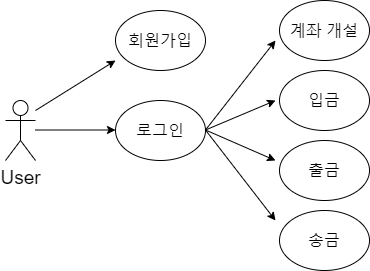
HyeonIn/BankingService keeps this draw.io diagram as BankingService.png. Above is the earlier version. Source tidied: cells renumbered, new cells last; positions are measured from the earlier drawing's top-left corner, leaving out a move shared by most shapes. Source of this version:
```xml
<mxGraphModel>
  <root>
    <mxCell id="0" />
    <mxCell id="1" parent="0" />
    <mxCell id="2" value="User" style="shape=umlActor;verticalLabelPosition=bottom;verticalAlign=top;html=1;outlineConnect=0;fontSize=19;" parent="1" vertex="1">
      <mxGeometry y="100" width="30" height="60" as="geometry" />
    </mxCell>
    <mxCell id="3" value="로그인" style="ellipse;whiteSpace=wrap;html=1;fontSize=16;" parent="1" vertex="1">
      <mxGeometry x="110" y="100" width="90" height="60" as="geometry" />
    </mxCell>
    <mxCell id="4" value="회원가입" style="ellipse;whiteSpace=wrap;html=1;fontSize=16;" parent="1" vertex="1">
      <mxGeometry x="110" y="10" width="90" height="60" as="geometry" />
    </mxCell>
    <mxCell id="5" style="endArrow=classic;html=1;fontSize=19;" parent="1" edge="1">
      <mxGeometry relative="1" as="geometry">
        <mxPoint x="30" y="110" as="sourcePoint" />
        <mxPoint x="110" y="60" as="targetPoint" />
      </mxGeometry>
    </mxCell>
    <mxCell id="6" style="endArrow=classic;html=1;fontSize=19;" parent="1" edge="1">
      <mxGeometry relative="1" as="geometry">
        <mxPoint x="30" y="129.5" as="sourcePoint" />
        <mxPoint x="110" y="129.5" as="targetPoint" />
      </mxGeometry>
    </mxCell>
    <mxCell id="7" value="입금" style="ellipse;whiteSpace=wrap;html=1;fontSize=16;" parent="1" vertex="1">
      <mxGeometry x="274" y="70" width="90" height="60" as="geometry" />
    </mxCell>
    <mxCell id="8" value="계좌 개설" style="ellipse;whiteSpace=wrap;html=1;fontSize=16;" parent="1" vertex="1">
      <mxGeometry x="274" width="90" height="60" as="geometry" />
    </mxCell>
    <mxCell id="9" value="출금" style="ellipse;whiteSpace=wrap;html=1;fontSize=16;" parent="1" vertex="1">
      <mxGeometry x="274" y="140" width="90" height="60" as="geometry" />
    </mxCell>
    <mxCell id="10" value="송금" style="ellipse;whiteSpace=wrap;html=1;fontSize=16;" parent="1" vertex="1">
      <mxGeometry x="274" y="210" width="90" height="60" as="geometry" />
    </mxCell>
    <mxCell id="11" style="endArrow=classic;html=1;fontSize=19;" parent="1" edge="1">
      <mxGeometry relative="1" as="geometry">
        <mxPoint x="200" y="129.5" as="sourcePoint" />
        <mxPoint x="270" y="160" as="targetPoint" />
      </mxGeometry>
    </mxCell>
    <mxCell id="12" style="endArrow=classic;html=1;fontSize=19;" parent="1" edge="1">
      <mxGeometry relative="1" as="geometry">
        <mxPoint x="200" y="129.5" as="sourcePoint" />
        <mxPoint x="270" y="100" as="targetPoint" />
      </mxGeometry>
    </mxCell>
    <mxCell id="13" style="endArrow=classic;html=1;fontSize=19;" parent="1" edge="1">
      <mxGeometry relative="1" as="geometry">
        <mxPoint x="200" y="129.5" as="sourcePoint" />
        <mxPoint x="270" y="40" as="targetPoint" />
      </mxGeometry>
    </mxCell>
    <mxCell id="14" style="endArrow=classic;html=1;fontSize=19;" parent="1" edge="1">
      <mxGeometry relative="1" as="geometry">
        <mxPoint x="200" y="129.5" as="sourcePoint" />
        <mxPoint x="270" y="220" as="targetPoint" />
      </mxGeometry>
    </mxCell>
  </root>
</mxGraphModel>
```
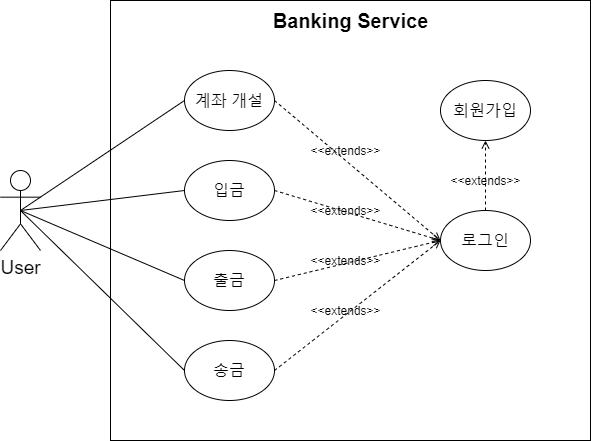
Later version of the same file.

Commit message:
Upload Usecase Diagram #1

The edit, as a diff of the source:
```diff
@@ -3,61 +3,73 @@
     <mxCell id="0" />
     <mxCell id="1" parent="0" />
     <mxCell id="2" value="User" style="shape=umlActor;verticalLabelPosition=bottom;verticalAlign=top;html=1;outlineConnect=0;fontSize=19;" parent="1" vertex="1">
-      <mxGeometry y="100" width="30" height="60" as="geometry" />
+      <mxGeometry x="-10" y="80" width="40" height="80" as="geometry" />
     </mxCell>
     <mxCell id="3" value="로그인" style="ellipse;whiteSpace=wrap;html=1;fontSize=16;" parent="1" vertex="1">
-      <mxGeometry x="110" y="100" width="90" height="60" as="geometry" />
+      <mxGeometry x="430" y="120" width="90" height="60" as="geometry" />
     </mxCell>
     <mxCell id="4" value="회원가입" style="ellipse;whiteSpace=wrap;html=1;fontSize=16;" parent="1" vertex="1">
-      <mxGeometry x="110" y="10" width="90" height="60" as="geometry" />
+      <mxGeometry x="430" y="-10" width="90" height="60" as="geometry" />
     </mxCell>
-    <mxCell id="5" style="endArrow=classic;html=1;fontSize=19;" parent="1" edge="1">
-      <mxGeometry relative="1" as="geometry">
-        <mxPoint x="30" y="110" as="sourcePoint" />
-        <mxPoint x="110" y="60" as="targetPoint" />
-      </mxGeometry>
+    <mxCell id="5" style="endArrow=open;html=1;fontSize=19;exitX=0.5;exitY=0;exitDx=0;exitDy=0;entryX=0.5;entryY=1;entryDx=0;entryDy=0;dashed=1;endFill=0;" parent="1" edge="1" source="3" target="4">
+      <mxGeometry relative="1" as="geometry" />
     </mxCell>
-    <mxCell id="6" style="endArrow=classic;html=1;fontSize=19;" parent="1" edge="1">
-      <mxGeometry relative="1" as="geometry">
-        <mxPoint x="30" y="129.5" as="sourcePoint" />
-        <mxPoint x="110" y="129.5" as="targetPoint" />
-      </mxGeometry>
+    <mxCell id="6" style="endArrow=open;html=1;fontSize=19;exitX=1;exitY=0.5;exitDx=0;exitDy=0;entryX=0;entryY=0.5;entryDx=0;entryDy=0;dashed=1;endFill=0;" parent="1" edge="1" source="8" target="3">
+      <mxGeometry relative="1" as="geometry" />
     </mxCell>
     <mxCell id="7" value="입금" style="ellipse;whiteSpace=wrap;html=1;fontSize=16;" parent="1" vertex="1">
-      <mxGeometry x="274" y="70" width="90" height="60" as="geometry" />
+      <mxGeometry x="174" y="70" width="90" height="60" as="geometry" />
     </mxCell>
     <mxCell id="8" value="계좌 개설" style="ellipse;whiteSpace=wrap;html=1;fontSize=16;" parent="1" vertex="1">
-      <mxGeometry x="274" width="90" height="60" as="geometry" />
+      <mxGeometry x="174" y="-20" width="90" height="60" as="geometry" />
     </mxCell>
     <mxCell id="9" value="출금" style="ellipse;whiteSpace=wrap;html=1;fontSize=16;" parent="1" vertex="1">
-      <mxGeometry x="274" y="140" width="90" height="60" as="geometry" />
+      <mxGeometry x="174" y="160" width="90" height="60" as="geometry" />
     </mxCell>
     <mxCell id="10" value="송금" style="ellipse;whiteSpace=wrap;html=1;fontSize=16;" parent="1" vertex="1">
-      <mxGeometry x="274" y="210" width="90" height="60" as="geometry" />
+      <mxGeometry x="174" y="250" width="90" height="60" as="geometry" />
     </mxCell>
-    <mxCell id="11" style="endArrow=classic;html=1;fontSize=19;" parent="1" edge="1">
-      <mxGeometry relative="1" as="geometry">
-        <mxPoint x="200" y="129.5" as="sourcePoint" />
-        <mxPoint x="270" y="160" as="targetPoint" />
-      </mxGeometry>
+    <mxCell id="11" style="endArrow=none;html=1;fontSize=19;exitX=0.5;exitY=0.5;exitDx=0;exitDy=0;exitPerimeter=0;entryX=0;entryY=0.5;entryDx=0;entryDy=0;endFill=0;" parent="1" edge="1" source="2" target="9">
+      <mxGeometry relative="1" as="geometry" />
     </mxCell>
-    <mxCell id="12" style="endArrow=classic;html=1;fontSize=19;" parent="1" edge="1">
-      <mxGeometry relative="1" as="geometry">
-        <mxPoint x="200" y="129.5" as="sourcePoint" />
-        <mxPoint x="270" y="100" as="targetPoint" />
-      </mxGeometry>
+    <mxCell id="12" style="endArrow=none;html=1;fontSize=19;exitX=0.5;exitY=0.5;exitDx=0;exitDy=0;exitPerimeter=0;entryX=0;entryY=0.5;entryDx=0;entryDy=0;endFill=0;" parent="1" edge="1" source="2" target="7">
+      <mxGeometry relative="1" as="geometry" />
     </mxCell>
-    <mxCell id="13" style="endArrow=classic;html=1;fontSize=19;" parent="1" edge="1">
-      <mxGeometry relative="1" as="geometry">
-        <mxPoint x="200" y="129.5" as="sourcePoint" />
-        <mxPoint x="270" y="40" as="targetPoint" />
-      </mxGeometry>
+    <mxCell id="13" style="endArrow=none;html=1;fontSize=19;exitX=0.5;exitY=0.5;exitDx=0;exitDy=0;exitPerimeter=0;entryX=0;entryY=0.5;entryDx=0;entryDy=0;endFill=0;" parent="1" edge="1" source="2" target="8">
+      <mxGeometry relative="1" as="geometry" />
     </mxCell>
-    <mxCell id="14" style="endArrow=classic;html=1;fontSize=19;" parent="1" edge="1">
-      <mxGeometry relative="1" as="geometry">
-        <mxPoint x="200" y="129.5" as="sourcePoint" />
-        <mxPoint x="270" y="220" as="targetPoint" />
-      </mxGeometry>
+    <mxCell id="14" style="endArrow=none;html=1;fontSize=19;exitX=0.5;exitY=0.5;exitDx=0;exitDy=0;exitPerimeter=0;entryX=0;entryY=0.5;entryDx=0;entryDy=0;endFill=0;" parent="1" edge="1" source="2" target="10">
+      <mxGeometry relative="1" as="geometry" />
     </mxCell>
+    <mxCell id="15" style="endArrow=open;html=1;fontSize=19;exitX=1;exitY=0.5;exitDx=0;exitDy=0;entryX=0;entryY=0.5;entryDx=0;entryDy=0;dashed=1;endFill=0;" parent="1" edge="1" source="7" target="3">
+      <mxGeometry relative="1" as="geometry" />
+    </mxCell>
+    <mxCell id="16" style="endArrow=open;html=1;fontSize=19;exitX=1;exitY=0.5;exitDx=0;exitDy=0;entryX=0;entryY=0.5;entryDx=0;entryDy=0;dashed=1;endFill=0;" parent="1" edge="1" source="10" target="3">
+      <mxGeometry relative="1" as="geometry" />
+    </mxCell>
+    <mxCell id="17" style="endArrow=open;html=1;fontSize=19;exitX=1;exitY=0.5;exitDx=0;exitDy=0;entryX=0;entryY=0.5;entryDx=0;entryDy=0;dashed=1;endFill=0;" parent="1" edge="1" source="9" target="3">
+      <mxGeometry relative="1" as="geometry" />
+    </mxCell>
+    <mxCell id="18" value="&amp;lt;&amp;lt;extends&amp;gt;&amp;gt;" style="text;html=1;align=center;verticalAlign=middle;strokeColor=none;" parent="1" vertex="1">
+      <mxGeometry x="290" y="50" width="90" height="20" as="geometry" />
+    </mxCell>
+    <mxCell id="19" value="&amp;lt;&amp;lt;extends&amp;gt;&amp;gt;" style="text;html=1;align=center;verticalAlign=middle;strokeColor=none;" parent="1" vertex="1">
+      <mxGeometry x="290" y="110" width="90" height="20" as="geometry" />
+    </mxCell>
+    <mxCell id="20" value="&amp;lt;&amp;lt;extends&amp;gt;&amp;gt;" style="text;html=1;align=center;verticalAlign=middle;strokeColor=none;" parent="1" vertex="1">
+      <mxGeometry x="290" y="160" width="90" height="20" as="geometry" />
+    </mxCell>
+    <mxCell id="21" value="&amp;lt;&amp;lt;extends&amp;gt;&amp;gt;" style="text;html=1;align=center;verticalAlign=middle;strokeColor=none;" parent="1" vertex="1">
+      <mxGeometry x="290" y="210" width="90" height="20" as="geometry" />
+    </mxCell>
+    <mxCell id="22" value="&amp;lt;&amp;lt;extends&amp;gt;&amp;gt;" style="text;html=1;align=center;verticalAlign=middle;strokeColor=none;" parent="1" vertex="1">
+      <mxGeometry x="430" y="80" width="90" height="20" as="geometry" />
+    </mxCell>
+    <mxCell id="23" style="rounded=0;whiteSpace=wrap;html=1;fillColor=none;" parent="1" vertex="1">
+      <mxGeometry x="100" y="-90" width="480" height="440" as="geometry" />
+    </mxCell>
+    <mxCell id="24" value="Banking Service" style="text;html=1;align=center;verticalAlign=middle;strokeColor=none;fontSize=20;fontStyle=1;" parent="1" vertex="1">
+      <mxGeometry x="255" y="-85" width="170" height="30" as="geometry" />
+    </mxCell>
   </root>
 </mxGraphModel>
```
